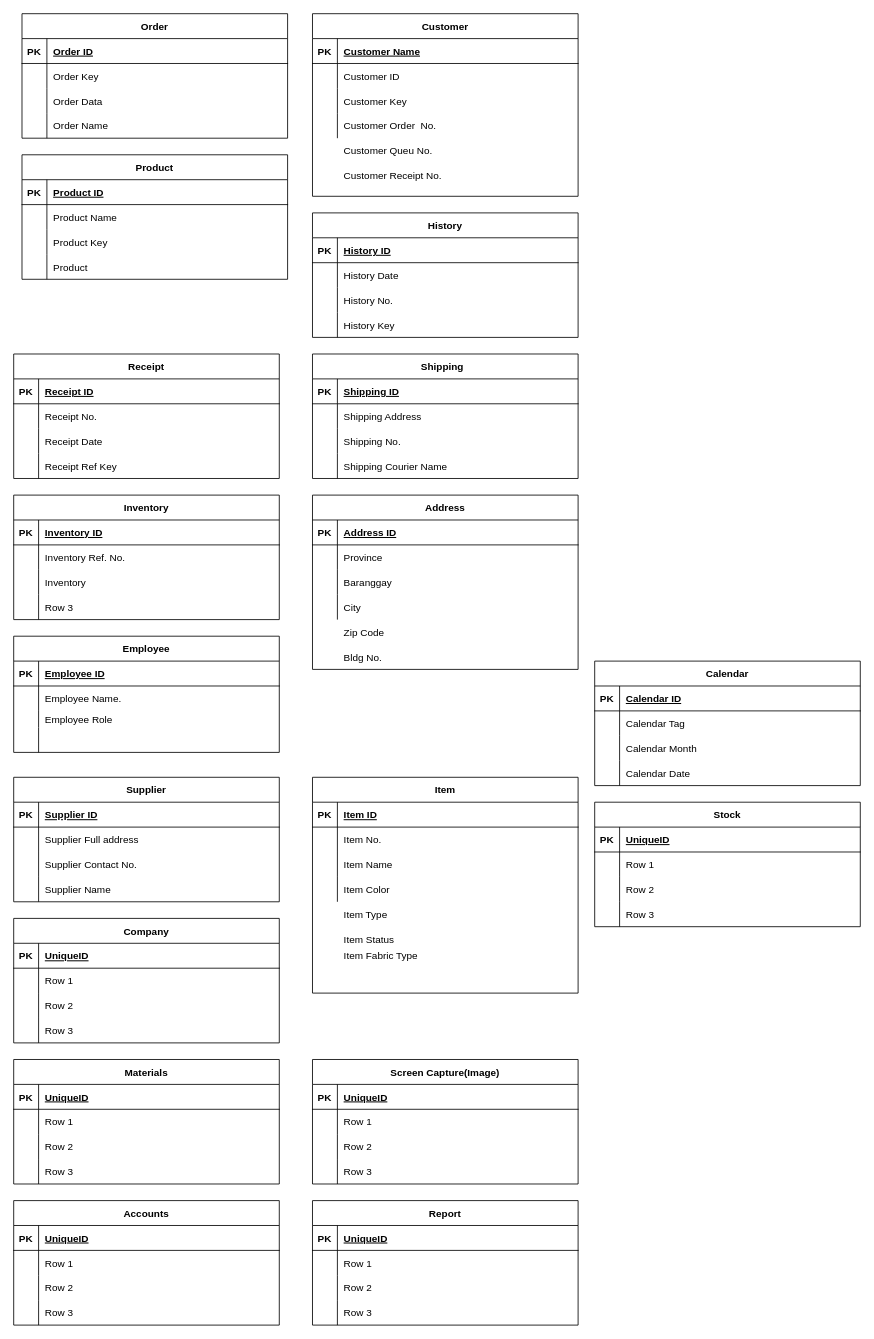
Before: ERD REFERENCE DIAGRAM.drawio in BryanFabellore/Team_SPOTLIGHT, a draw.io diagram. Source tidied: cells renumbered, new cells numbered last; positions are measured from the earlier drawing's top-left corner, leaving out a move shared by most shapes. Both pictures are drawn from the tidied source at 83%, with x=0, y=0 at pixel (13, 13).
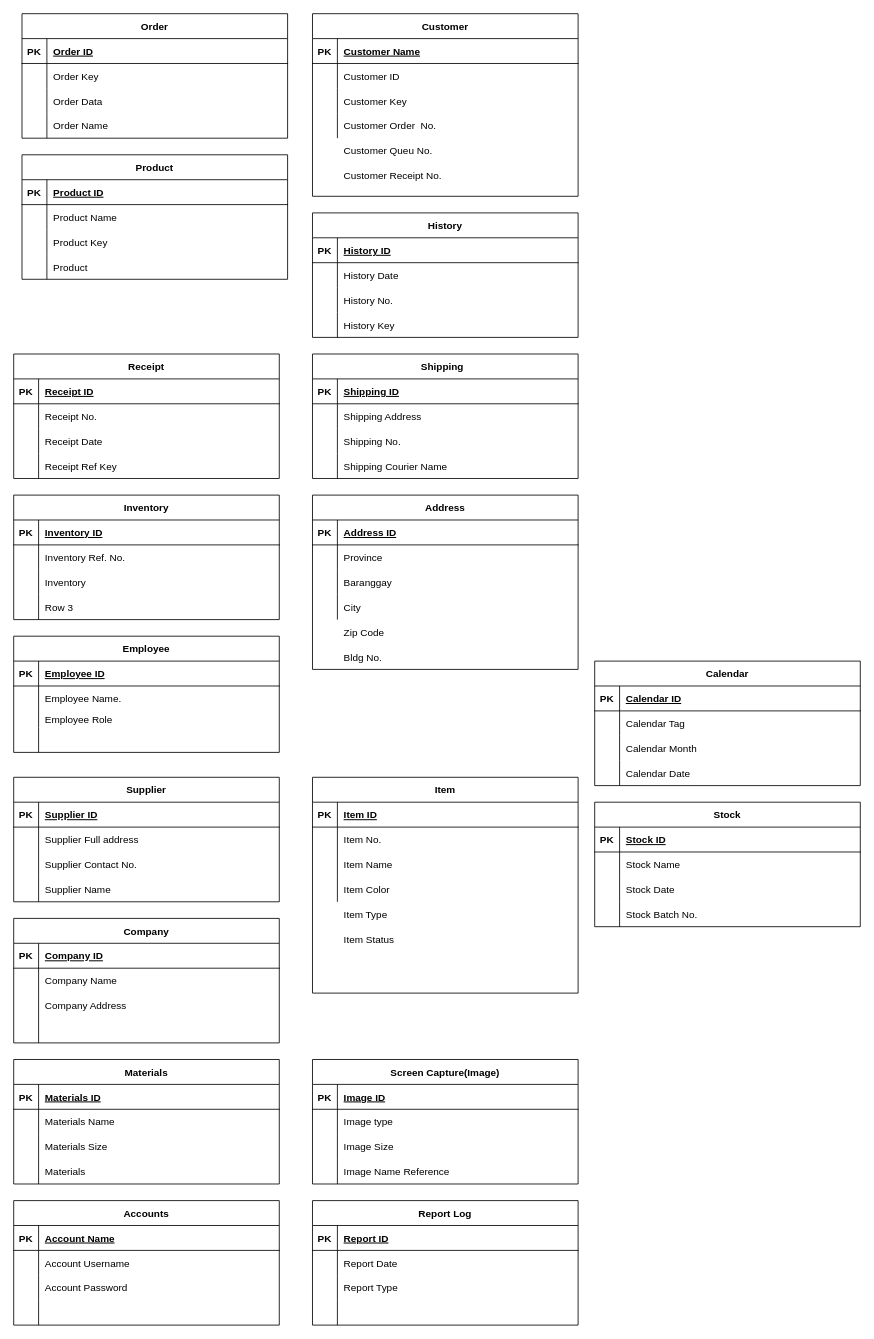
The same diagram, later.

The change refers to these unchanged cells:
```xml
<mxCell id="159" style="shape=tableRow;horizontal=0;startSize=0;swimlaneHead=0;swimlaneBody=0;fillColor=none;top=0;left=0;right=0;bottom=1;" parent="158" vertex="1">
  <mxGeometry y="30" width="320" height="30" as="geometry" />
</mxCell>
<mxCell id="162" style="shape=tableRow;horizontal=0;startSize=0;swimlaneHead=0;swimlaneBody=0;fillColor=none;top=0;left=0;right=0;bottom=0;" parent="158" vertex="1">
  <mxGeometry y="60" width="320" height="30" as="geometry" />
</mxCell>
<mxCell id="165" style="shape=tableRow;horizontal=0;startSize=0;swimlaneHead=0;swimlaneBody=0;fillColor=none;top=0;left=0;right=0;bottom=0;" parent="158" vertex="1">
  <mxGeometry y="90" width="320" height="30" as="geometry" />
</mxCell>
<mxCell id="168" style="shape=tableRow;horizontal=0;startSize=0;swimlaneHead=0;swimlaneBody=0;fillColor=none;top=0;left=0;right=0;bottom=0;" parent="158" vertex="1">
  <mxGeometry y="120" width="320" height="30" as="geometry" />
</mxCell>
<mxCell id="172" style="shape=tableRow;horizontal=0;startSize=0;swimlaneHead=0;swimlaneBody=0;fillColor=none;top=0;left=0;right=0;bottom=1;" parent="171" vertex="1">
  <mxGeometry y="30" width="320" height="30" as="geometry" />
</mxCell>
<mxCell id="175" style="shape=tableRow;horizontal=0;startSize=0;swimlaneHead=0;swimlaneBody=0;fillColor=none;top=0;left=0;right=0;bottom=0;" parent="171" vertex="1">
  <mxGeometry y="60" width="320" height="30" as="geometry" />
</mxCell>
<mxCell id="178" style="shape=tableRow;horizontal=0;startSize=0;swimlaneHead=0;swimlaneBody=0;fillColor=none;top=0;left=0;right=0;bottom=0;" parent="171" vertex="1">
  <mxGeometry y="90" width="320" height="30" as="geometry" />
</mxCell>
<mxCell id="181" style="shape=tableRow;horizontal=0;startSize=0;swimlaneHead=0;swimlaneBody=0;fillColor=none;top=0;left=0;right=0;bottom=0;" parent="171" vertex="1">
  <mxGeometry y="120" width="320" height="30" as="geometry" />
</mxCell>
<mxCell id="185" style="shape=tableRow;horizontal=0;startSize=0;swimlaneHead=0;swimlaneBody=0;fillColor=none;top=0;left=0;right=0;bottom=1;" parent="184" vertex="1">
  <mxGeometry y="30" width="320" height="30" as="geometry" />
</mxCell>
<mxCell id="188" style="shape=tableRow;horizontal=0;startSize=0;swimlaneHead=0;swimlaneBody=0;fillColor=none;top=0;left=0;right=0;bottom=0;" parent="184" vertex="1">
  <mxGeometry y="60" width="320" height="30" as="geometry" />
</mxCell>
<mxCell id="191" style="shape=tableRow;horizontal=0;startSize=0;swimlaneHead=0;swimlaneBody=0;fillColor=none;top=0;left=0;right=0;bottom=0;" parent="184" vertex="1">
  <mxGeometry y="90" width="320" height="30" as="geometry" />
</mxCell>
<mxCell id="194" style="shape=tableRow;horizontal=0;startSize=0;swimlaneHead=0;swimlaneBody=0;fillColor=none;top=0;left=0;right=0;bottom=0;" parent="184" vertex="1">
  <mxGeometry y="120" width="320" height="30" as="geometry" />
</mxCell>
<mxCell id="198" style="shape=tableRow;horizontal=0;startSize=0;swimlaneHead=0;swimlaneBody=0;fillColor=none;top=0;left=0;right=0;bottom=1;" parent="197" vertex="1">
  <mxGeometry y="30" width="320" height="30" as="geometry" />
</mxCell>
<mxCell id="201" style="shape=tableRow;horizontal=0;startSize=0;swimlaneHead=0;swimlaneBody=0;fillColor=none;top=0;left=0;right=0;bottom=0;" parent="197" vertex="1">
  <mxGeometry y="60" width="320" height="30" as="geometry" />
</mxCell>
<mxCell id="204" style="shape=tableRow;horizontal=0;startSize=0;swimlaneHead=0;swimlaneBody=0;fillColor=none;top=0;left=0;right=0;bottom=0;" parent="197" vertex="1">
  <mxGeometry y="90" width="320" height="30" as="geometry" />
</mxCell>
<mxCell id="207" style="shape=tableRow;horizontal=0;startSize=0;swimlaneHead=0;swimlaneBody=0;fillColor=none;top=0;left=0;right=0;bottom=0;" parent="197" vertex="1">
  <mxGeometry y="120" width="320" height="30" as="geometry" />
</mxCell>
<mxCell id="211" style="shape=tableRow;horizontal=0;startSize=0;swimlaneHead=0;swimlaneBody=0;fillColor=none;top=0;left=0;right=0;bottom=1;" parent="210" vertex="1">
  <mxGeometry y="30" width="320" height="30" as="geometry" />
</mxCell>
<mxCell id="214" style="shape=tableRow;horizontal=0;startSize=0;swimlaneHead=0;swimlaneBody=0;fillColor=none;top=0;left=0;right=0;bottom=0;" parent="210" vertex="1">
  <mxGeometry y="60" width="320" height="30" as="geometry" />
</mxCell>
<mxCell id="217" style="shape=tableRow;horizontal=0;startSize=0;swimlaneHead=0;swimlaneBody=0;fillColor=none;top=0;left=0;right=0;bottom=0;" parent="210" vertex="1">
  <mxGeometry y="90" width="320" height="30" as="geometry" />
</mxCell>
<mxCell id="220" style="shape=tableRow;horizontal=0;startSize=0;swimlaneHead=0;swimlaneBody=0;fillColor=none;top=0;left=0;right=0;bottom=0;" parent="210" vertex="1">
  <mxGeometry y="120" width="320" height="30" as="geometry" />
</mxCell>
<mxCell id="224" style="shape=tableRow;horizontal=0;startSize=0;swimlaneHead=0;swimlaneBody=0;fillColor=none;top=0;left=0;right=0;bottom=1;" parent="223" vertex="1">
  <mxGeometry y="30" width="320" height="30" as="geometry" />
</mxCell>
<mxCell id="227" style="shape=tableRow;horizontal=0;startSize=0;swimlaneHead=0;swimlaneBody=0;fillColor=none;top=0;left=0;right=0;bottom=0;" parent="223" vertex="1">
  <mxGeometry y="60" width="320" height="30" as="geometry" />
</mxCell>
<mxCell id="230" style="shape=tableRow;horizontal=0;startSize=0;swimlaneHead=0;swimlaneBody=0;fillColor=none;top=0;left=0;right=0;bottom=0;" parent="223" vertex="1">
  <mxGeometry y="90" width="320" height="30" as="geometry" />
</mxCell>
<mxCell id="233" style="shape=tableRow;horizontal=0;startSize=0;swimlaneHead=0;swimlaneBody=0;fillColor=none;top=0;left=0;right=0;bottom=0;" parent="223" vertex="1">
  <mxGeometry y="120" width="320" height="30" as="geometry" />
</mxCell>
```

The edit, as a diff of the source:
```diff
@@
-    <mxCell id="161" value="UniqueID" style="shape=partialRectangle;fillColor=none;top=0;left=0;bottom=0;right=0;align=left;spacingLeft=6;fontStyle=5;overflow=hidden;" parent="159" vertex="1">
+    <mxCell id="161" value="Company ID" style="shape=partialRectangle;fillColor=none;top=0;left=0;bottom=0;right=0;align=left;spacingLeft=6;fontStyle=5;overflow=hidden;" parent="159" vertex="1">
       <mxGeometry x="30" width="290" height="30" as="geometry" />
     </mxCell>
@@
-    <mxCell id="164" value="Row 1" style="shape=partialRectangle;fillColor=none;top=0;left=0;bottom=0;right=0;align=left;spacingLeft=6;overflow=hidden;" parent="162" vertex="1">
+    <mxCell id="164" value="Company Name" style="shape=partialRectangle;fillColor=none;top=0;left=0;bottom=0;right=0;align=left;spacingLeft=6;overflow=hidden;" parent="162" vertex="1">
       <mxGeometry x="30" width="290" height="30" as="geometry" />
     </mxCell>
@@
-    <mxCell id="167" value="Row 2" style="shape=partialRectangle;fillColor=none;top=0;left=0;bottom=0;right=0;align=left;spacingLeft=6;overflow=hidden;" parent="165" vertex="1">
+    <mxCell id="167" value="Company Address" style="shape=partialRectangle;fillColor=none;top=0;left=0;bottom=0;right=0;align=left;spacingLeft=6;overflow=hidden;" parent="165" vertex="1">
       <mxGeometry x="30" width="290" height="30" as="geometry" />
     </mxCell>
@@
-    <mxCell id="170" value="Row 3" style="shape=partialRectangle;fillColor=none;top=0;left=0;bottom=0;right=0;align=left;spacingLeft=6;overflow=hidden;" parent="168" vertex="1">
+    <mxCell id="170" style="shape=partialRectangle;fillColor=none;top=0;left=0;bottom=0;right=0;align=left;spacingLeft=6;overflow=hidden;" parent="168" vertex="1">
       <mxGeometry x="30" width="290" height="30" as="geometry" />
     </mxCell>
@@
-    <mxCell id="174" value="UniqueID" style="shape=partialRectangle;fillColor=none;top=0;left=0;bottom=0;right=0;align=left;spacingLeft=6;fontStyle=5;overflow=hidden;" parent="172" vertex="1">
+    <mxCell id="174" value="Stock ID" style="shape=partialRectangle;fillColor=none;top=0;left=0;bottom=0;right=0;align=left;spacingLeft=6;fontStyle=5;overflow=hidden;" parent="172" vertex="1">
       <mxGeometry x="30" width="290" height="30" as="geometry" />
     </mxCell>
@@
-    <mxCell id="177" value="Row 1" style="shape=partialRectangle;fillColor=none;top=0;left=0;bottom=0;right=0;align=left;spacingLeft=6;overflow=hidden;" parent="175" vertex="1">
+    <mxCell id="177" value="Stock Name" style="shape=partialRectangle;fillColor=none;top=0;left=0;bottom=0;right=0;align=left;spacingLeft=6;overflow=hidden;" parent="175" vertex="1">
       <mxGeometry x="30" width="290" height="30" as="geometry" />
     </mxCell>
@@
-    <mxCell id="180" value="Row 2" style="shape=partialRectangle;fillColor=none;top=0;left=0;bottom=0;right=0;align=left;spacingLeft=6;overflow=hidden;" parent="178" vertex="1">
+    <mxCell id="180" value="Stock Date" style="shape=partialRectangle;fillColor=none;top=0;left=0;bottom=0;right=0;align=left;spacingLeft=6;overflow=hidden;" parent="178" vertex="1">
       <mxGeometry x="30" width="290" height="30" as="geometry" />
     </mxCell>
@@
-    <mxCell id="183" value="Row 3" style="shape=partialRectangle;fillColor=none;top=0;left=0;bottom=0;right=0;align=left;spacingLeft=6;overflow=hidden;" parent="181" vertex="1">
+    <mxCell id="183" value="Stock Batch No." style="shape=partialRectangle;fillColor=none;top=0;left=0;bottom=0;right=0;align=left;spacingLeft=6;overflow=hidden;" parent="181" vertex="1">
       <mxGeometry x="30" width="290" height="30" as="geometry" />
     </mxCell>
@@
-    <mxCell id="187" value="UniqueID" style="shape=partialRectangle;fillColor=none;top=0;left=0;bottom=0;right=0;align=left;spacingLeft=6;fontStyle=5;overflow=hidden;" parent="185" vertex="1">
+    <mxCell id="187" value="Materials ID" style="shape=partialRectangle;fillColor=none;top=0;left=0;bottom=0;right=0;align=left;spacingLeft=6;fontStyle=5;overflow=hidden;" parent="185" vertex="1">
       <mxGeometry x="30" width="290" height="30" as="geometry" />
     </mxCell>
@@
-    <mxCell id="190" value="Row 1" style="shape=partialRectangle;fillColor=none;top=0;left=0;bottom=0;right=0;align=left;spacingLeft=6;overflow=hidden;" parent="188" vertex="1">
+    <mxCell id="190" value="Materials Name" style="shape=partialRectangle;fillColor=none;top=0;left=0;bottom=0;right=0;align=left;spacingLeft=6;overflow=hidden;" parent="188" vertex="1">
       <mxGeometry x="30" width="290" height="30" as="geometry" />
     </mxCell>
@@
-    <mxCell id="193" value="Row 2" style="shape=partialRectangle;fillColor=none;top=0;left=0;bottom=0;right=0;align=left;spacingLeft=6;overflow=hidden;" parent="191" vertex="1">
+    <mxCell id="193" value="Materials Size" style="shape=partialRectangle;fillColor=none;top=0;left=0;bottom=0;right=0;align=left;spacingLeft=6;overflow=hidden;" parent="191" vertex="1">
       <mxGeometry x="30" width="290" height="30" as="geometry" />
     </mxCell>
@@
-    <mxCell id="196" value="Row 3" style="shape=partialRectangle;fillColor=none;top=0;left=0;bottom=0;right=0;align=left;spacingLeft=6;overflow=hidden;" parent="194" vertex="1">
+    <mxCell id="196" value="Materials" style="shape=partialRectangle;fillColor=none;top=0;left=0;bottom=0;right=0;align=left;spacingLeft=6;overflow=hidden;" parent="194" vertex="1">
       <mxGeometry x="30" width="290" height="30" as="geometry" />
     </mxCell>
@@
-    <mxCell id="200" value="UniqueID" style="shape=partialRectangle;fillColor=none;top=0;left=0;bottom=0;right=0;align=left;spacingLeft=6;fontStyle=5;overflow=hidden;" parent="198" vertex="1">
+    <mxCell id="200" value="Image ID" style="shape=partialRectangle;fillColor=none;top=0;left=0;bottom=0;right=0;align=left;spacingLeft=6;fontStyle=5;overflow=hidden;" parent="198" vertex="1">
       <mxGeometry x="30" width="290" height="30" as="geometry" />
     </mxCell>
@@
-    <mxCell id="203" value="Row 1" style="shape=partialRectangle;fillColor=none;top=0;left=0;bottom=0;right=0;align=left;spacingLeft=6;overflow=hidden;" parent="201" vertex="1">
+    <mxCell id="203" value="Image type" style="shape=partialRectangle;fillColor=none;top=0;left=0;bottom=0;right=0;align=left;spacingLeft=6;overflow=hidden;" parent="201" vertex="1">
       <mxGeometry x="30" width="290" height="30" as="geometry" />
     </mxCell>
@@
-    <mxCell id="206" value="Row 2" style="shape=partialRectangle;fillColor=none;top=0;left=0;bottom=0;right=0;align=left;spacingLeft=6;overflow=hidden;" parent="204" vertex="1">
+    <mxCell id="206" value="Image Size" style="shape=partialRectangle;fillColor=none;top=0;left=0;bottom=0;right=0;align=left;spacingLeft=6;overflow=hidden;" parent="204" vertex="1">
       <mxGeometry x="30" width="290" height="30" as="geometry" />
     </mxCell>
@@
-    <mxCell id="209" value="Row 3" style="shape=partialRectangle;fillColor=none;top=0;left=0;bottom=0;right=0;align=left;spacingLeft=6;overflow=hidden;" parent="207" vertex="1">
+    <mxCell id="209" value="Image Name Reference " style="shape=partialRectangle;fillColor=none;top=0;left=0;bottom=0;right=0;align=left;spacingLeft=6;overflow=hidden;" parent="207" vertex="1">
       <mxGeometry x="30" width="290" height="30" as="geometry" />
     </mxCell>
@@
-    <mxCell id="213" value="UniqueID" style="shape=partialRectangle;fillColor=none;top=0;left=0;bottom=0;right=0;align=left;spacingLeft=6;fontStyle=5;overflow=hidden;" parent="211" vertex="1">
+    <mxCell id="213" value="Account Name" style="shape=partialRectangle;fillColor=none;top=0;left=0;bottom=0;right=0;align=left;spacingLeft=6;fontStyle=5;overflow=hidden;" parent="211" vertex="1">
       <mxGeometry x="30" width="290" height="30" as="geometry" />
     </mxCell>
@@
-    <mxCell id="216" value="Row 1" style="shape=partialRectangle;fillColor=none;top=0;left=0;bottom=0;right=0;align=left;spacingLeft=6;overflow=hidden;" parent="214" vertex="1">
+    <mxCell id="216" value="Account Username" style="shape=partialRectangle;fillColor=none;top=0;left=0;bottom=0;right=0;align=left;spacingLeft=6;overflow=hidden;" parent="214" vertex="1">
       <mxGeometry x="30" width="290" height="30" as="geometry" />
     </mxCell>
@@
-    <mxCell id="219" value="Row 2" style="shape=partialRectangle;fillColor=none;top=0;left=0;bottom=0;right=0;align=left;spacingLeft=6;overflow=hidden;" parent="217" vertex="1">
+    <mxCell id="219" value="Account Password" style="shape=partialRectangle;fillColor=none;top=0;left=0;bottom=0;right=0;align=left;spacingLeft=6;overflow=hidden;" parent="217" vertex="1">
       <mxGeometry x="30" width="290" height="30" as="geometry" />
     </mxCell>
@@
-    <mxCell id="222" value="Row 3" style="shape=partialRectangle;fillColor=none;top=0;left=0;bottom=0;right=0;align=left;spacingLeft=6;overflow=hidden;" parent="220" vertex="1">
+    <mxCell id="222" style="shape=partialRectangle;fillColor=none;top=0;left=0;bottom=0;right=0;align=left;spacingLeft=6;overflow=hidden;" parent="220" vertex="1">
       <mxGeometry x="30" width="290" height="30" as="geometry" />
     </mxCell>
-    <mxCell id="223" value="Report" style="shape=table;startSize=30;childLayout=tableLayout;rowLines=0;fontStyle=1;align=center;" parent="1" vertex="1">
+    <mxCell id="223" value="Report Log" style="shape=table;startSize=30;childLayout=tableLayout;rowLines=0;fontStyle=1;align=center;" parent="1" vertex="1">
       <mxGeometry x="360" y="1430" width="320" height="150" as="geometry" />
     </mxCell>
@@
-    <mxCell id="226" value="UniqueID" style="shape=partialRectangle;fillColor=none;top=0;left=0;bottom=0;right=0;align=left;spacingLeft=6;fontStyle=5;overflow=hidden;" parent="224" vertex="1">
+    <mxCell id="226" value="Report ID" style="shape=partialRectangle;fillColor=none;top=0;left=0;bottom=0;right=0;align=left;spacingLeft=6;fontStyle=5;overflow=hidden;" parent="224" vertex="1">
       <mxGeometry x="30" width="290" height="30" as="geometry" />
     </mxCell>
@@
-    <mxCell id="229" value="Row 1" style="shape=partialRectangle;fillColor=none;top=0;left=0;bottom=0;right=0;align=left;spacingLeft=6;overflow=hidden;" parent="227" vertex="1">
+    <mxCell id="229" value="Report Date" style="shape=partialRectangle;fillColor=none;top=0;left=0;bottom=0;right=0;align=left;spacingLeft=6;overflow=hidden;" parent="227" vertex="1">
       <mxGeometry x="30" width="290" height="30" as="geometry" />
     </mxCell>
@@
-    <mxCell id="232" value="Row 2" style="shape=partialRectangle;fillColor=none;top=0;left=0;bottom=0;right=0;align=left;spacingLeft=6;overflow=hidden;" parent="230" vertex="1">
+    <mxCell id="232" value="Report Type" style="shape=partialRectangle;fillColor=none;top=0;left=0;bottom=0;right=0;align=left;spacingLeft=6;overflow=hidden;" parent="230" vertex="1">
       <mxGeometry x="30" width="290" height="30" as="geometry" />
     </mxCell>
@@
-    <mxCell id="235" value="Row 3" style="shape=partialRectangle;fillColor=none;top=0;left=0;bottom=0;right=0;align=left;spacingLeft=6;overflow=hidden;" parent="233" vertex="1">
+    <mxCell id="235" style="shape=partialRectangle;fillColor=none;top=0;left=0;bottom=0;right=0;align=left;spacingLeft=6;overflow=hidden;" parent="233" vertex="1">
       <mxGeometry x="30" width="290" height="30" as="geometry" />
     </mxCell>
@@
-    <mxCell id="244" value="Item Fabric Type" style="shape=partialRectangle;fillColor=none;top=0;left=0;bottom=0;right=0;align=left;spacingLeft=6;overflow=hidden;" parent="1" vertex="1">
-      <mxGeometry x="390" y="1120" width="290" height="30" as="geometry" />
-    </mxCell>
```
